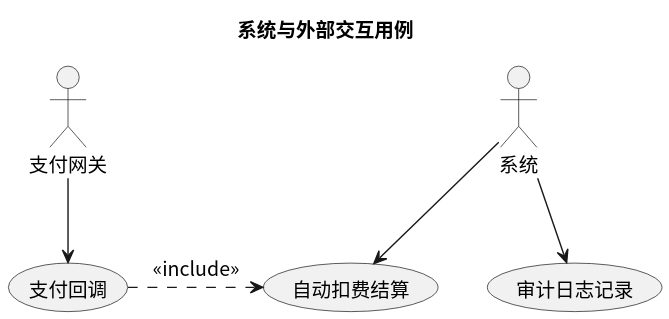
This is usecase/docs/overview/img/external_usecases.svg from greenhandzdl/charging-station-doc, a PlantUML export, as it was before one commit.
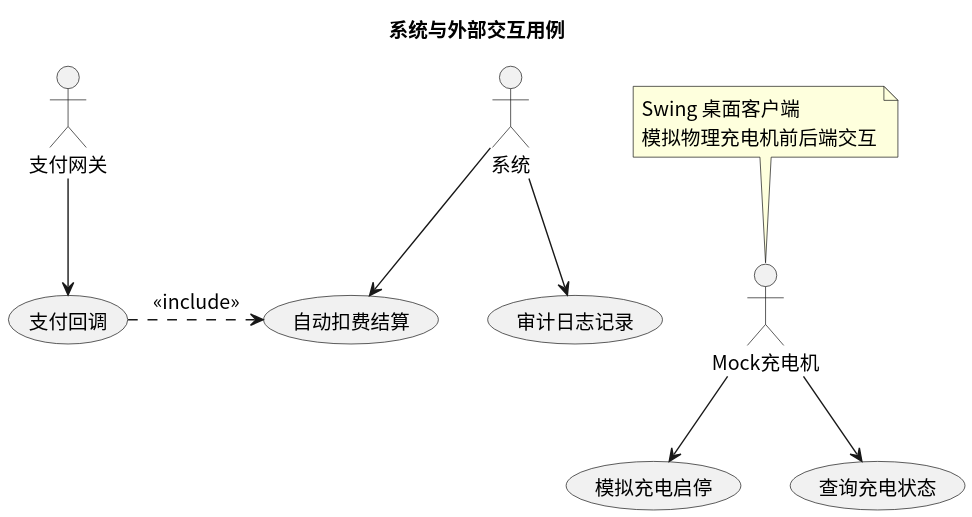
After the change.

Diff of the diagram source:
```diff
@@ -6,14 +6,20 @@
 
 actor "支付网关" as P
 actor "系统" as S
+actor "Mock充电机" as MC
 
 usecase "支付回调" as CB
 usecase "自动扣费结算" as AUTO
 usecase "审计日志记录" as AUDIT
+usecase "模拟充电启停" as MCS
+usecase "查询充电状态" as QC_CM
 
 P --> CB
 S --> AUTO
 S --> AUDIT
+MC --> MCS
+MC --> QC_CM
+note top of MC : Swing 桌面客户端\n模拟物理充电机前后端交互
 
 AUTO <.left. CB : <<include>>
 @enduml
```
